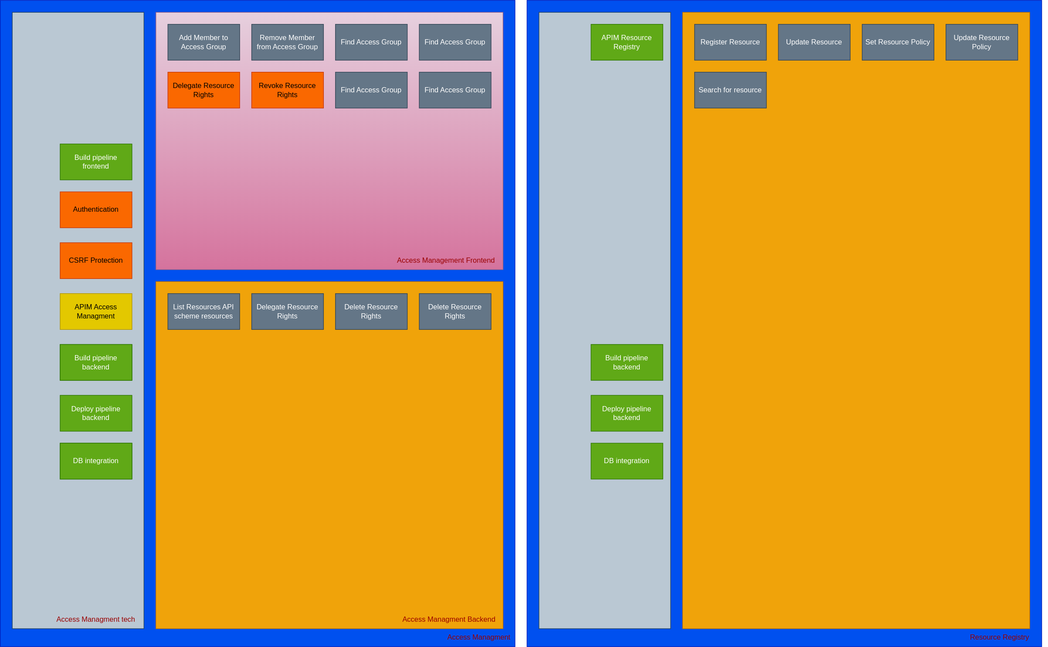
Earlier version of the draw.io export content/technology/solutions/altinn-platform/authorization/modernizationstatus.drawio.svg (Altinn/altinn-studio-docs). Source tidied: cells renumbered, new cells last; positions are measured from the earlier drawing's top-left corner, leaving out a move shared by most shapes.
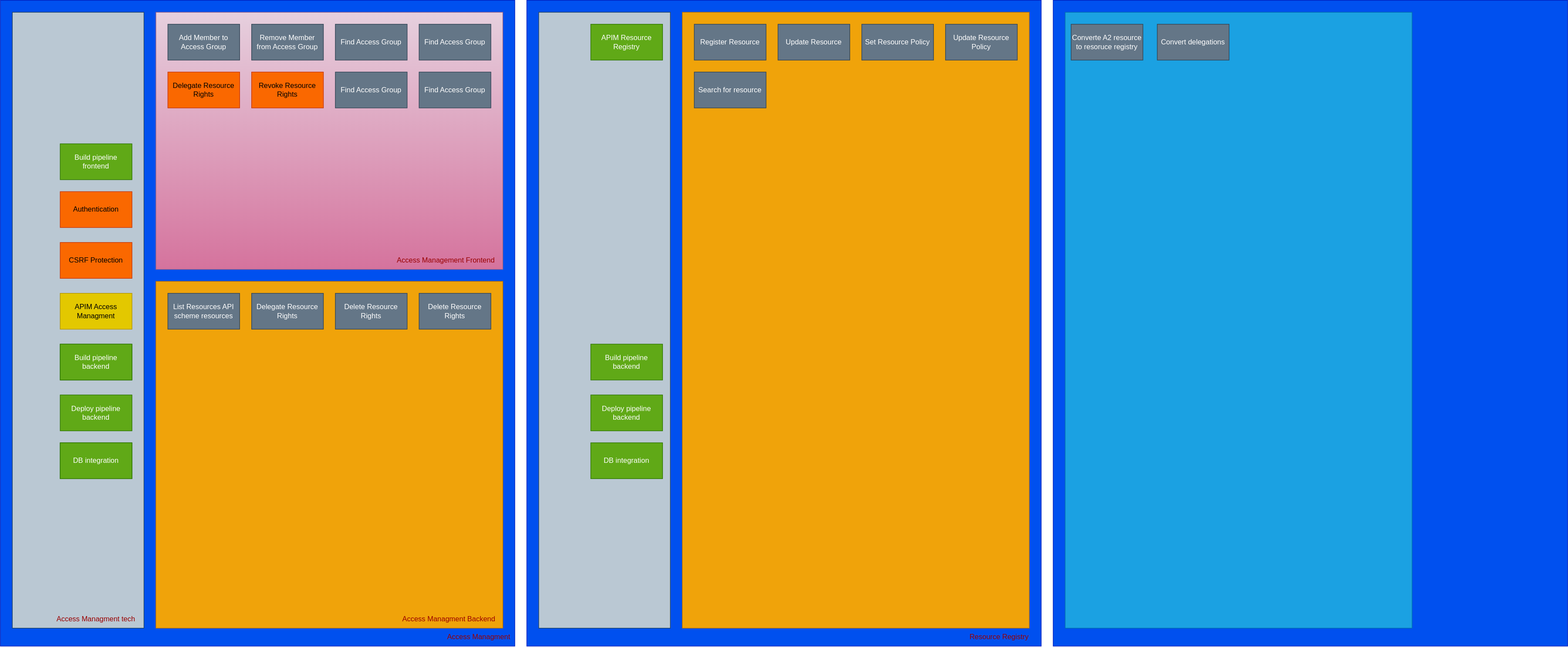
After the commit.

The edit, as a diff of the source:
```diff
@@ -128,5 +128,17 @@
     <mxCell id="43" value="DB integration" style="rounded=0;whiteSpace=wrap;html=1;fillColor=#60a917;fontColor=#ffffff;strokeColor=#2D7600;" parent="1" vertex="1">
       <mxGeometry x="987" y="740" width="120" height="60" as="geometry" />
     </mxCell>
+    <mxCell id="44" style="rounded=0;whiteSpace=wrap;html=1;fillColor=#0050ef;fontColor=#ffffff;strokeColor=#001DBC;" parent="1" vertex="1">
+      <mxGeometry x="1760" width="860" height="1080" as="geometry" />
+    </mxCell>
+    <mxCell id="45" style="rounded=0;whiteSpace=wrap;html=1;fillColor=#1ba1e2;fontColor=#ffffff;strokeColor=#006EAF;" parent="1" vertex="1">
+      <mxGeometry x="1780" y="20" width="580" height="1030" as="geometry" />
+    </mxCell>
+    <mxCell id="46" value="Converte A2 resource to resoruce registry" style="rounded=0;whiteSpace=wrap;html=1;fillColor=#647687;fontColor=#ffffff;strokeColor=#314354;" parent="1" vertex="1">
+      <mxGeometry x="1790" y="40" width="120" height="60" as="geometry" />
+    </mxCell>
+    <mxCell id="47" value="Convert delegations" style="rounded=0;whiteSpace=wrap;html=1;fillColor=#647687;fontColor=#ffffff;strokeColor=#314354;" parent="1" vertex="1">
+      <mxGeometry x="1934" y="40" width="120" height="60" as="geometry" />
+    </mxCell>
   </root>
 </mxGraphModel>
```
